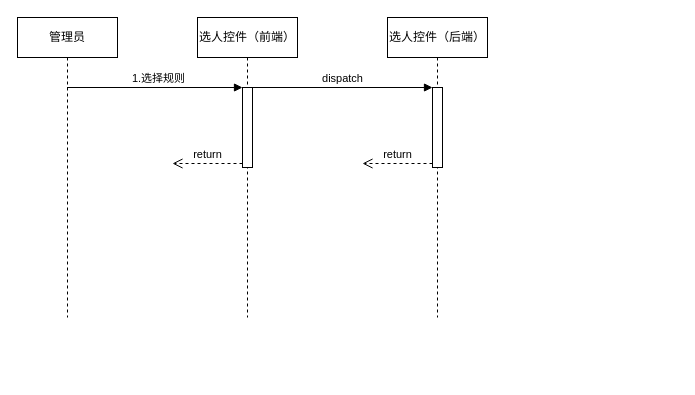
Above: 选人控件时序图.drawio in oceanbai/imageUrl (draw.io), before the change. Source tidied: cells renumbered, new cells numbered last; positions are measured from the earlier drawing's top-left corner, leaving out a move shared by most shapes. Both pictures are drawn from the tidied source at 100%, with x=0, y=0 at pixel (17, 17).
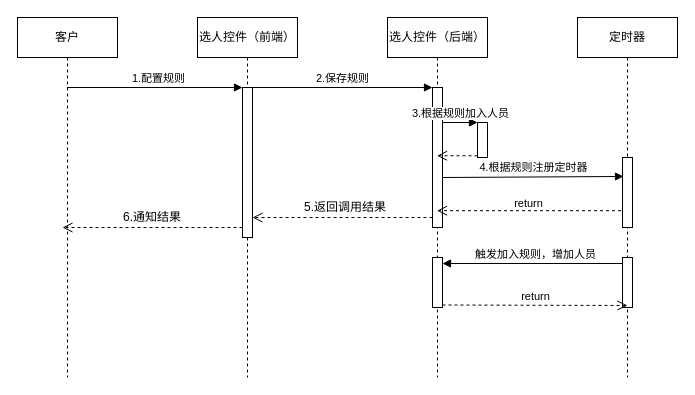
The same diagram, later.

Commit message (it also covers changes not shown here):
更新选人控件时序图.drawio

The edit, as a diff of the source:
```diff
@@
-    <mxCell id="2" value="管理员" style="shape=umlLifeline;perimeter=lifelinePerimeter;whiteSpace=wrap;html=1;outlineConnect=0;" parent="1" vertex="1">
-      <mxGeometry width="100" height="300" as="geometry" />
+    <mxCell id="2" value="客户" style="shape=umlLifeline;perimeter=lifelinePerimeter;whiteSpace=wrap;html=1;outlineConnect=0;" parent="1" vertex="1">
+      <mxGeometry width="100" height="360" as="geometry" />
     </mxCell>
+    <mxCell id="11" style="html=1;verticalAlign=bottom;endArrow=open;dashed=1;endSize=8;rounded=0;exitX=0;exitY=0.929;exitDx=0;exitDy=0;exitPerimeter=0;" parent="2" edge="1">
+      <mxGeometry relative="1" as="geometry">
+        <mxPoint x="225" y="210" as="sourcePoint" />
+        <mxPoint x="45" y="210" as="targetPoint" />
+      </mxGeometry>
+    </mxCell>
     <mxCell id="3" value="选人控件（前端）" style="shape=umlLifeline;perimeter=lifelinePerimeter;whiteSpace=wrap;html=1;" parent="1" vertex="1">
-      <mxGeometry x="180" width="100" height="300" as="geometry" />
+      <mxGeometry x="180" width="100" height="360" as="geometry" />
     </mxCell>
     <mxCell id="4" style="html=1;points=[];perimeter=orthogonalPerimeter;" parent="3" vertex="1">
-      <mxGeometry x="45" y="70" width="10" height="80" as="geometry" />
+      <mxGeometry x="45" y="70" width="10" height="150" as="geometry" />
     </mxCell>
-    <mxCell id="5" value="return" style="html=1;verticalAlign=bottom;endArrow=open;dashed=1;endSize=8;exitX=0;exitY=0.95;rounded=0;" parent="3" edge="1" source="4">
-      <mxGeometry relative="1" as="geometry">
-        <mxPoint x="-25" y="146" as="targetPoint" />
-      </mxGeometry>
-    </mxCell>
     <mxCell id="6" value="选人控件（后端）" style="shape=umlLifeline;perimeter=lifelinePerimeter;whiteSpace=wrap;html=1;outlineConnect=0;" parent="1" vertex="1">
-      <mxGeometry x="370" width="100" height="300" as="geometry" />
+      <mxGeometry x="370" width="100" height="360" as="geometry" />
     </mxCell>
     <mxCell id="7" style="html=1;points=[];perimeter=orthogonalPerimeter;" parent="6" vertex="1">
-      <mxGeometry x="45" y="70" width="10" height="80" as="geometry" />
+      <mxGeometry x="45" y="70" width="10" height="140" as="geometry" />
     </mxCell>
-    <mxCell id="8" value="return" style="html=1;verticalAlign=bottom;endArrow=open;dashed=1;endSize=8;exitX=0;exitY=0.95;rounded=0;" parent="6" edge="1" source="7">
-      <mxGeometry relative="1" as="geometry">
-        <mxPoint x="-25" y="146" as="targetPoint" />
-      </mxGeometry>
-    </mxCell>
+    <mxCell id="12" style="html=1;points=[];perimeter=orthogonalPerimeter;" parent="6" vertex="1">
+      <mxGeometry x="45" y="240" width="10" height="50" as="geometry" />
+    </mxCell>
-    <mxCell id="9" value="1.选择规则" style="html=1;verticalAlign=bottom;endArrow=block;entryX=0;entryY=0;rounded=0;" parent="1" edge="1" source="2" target="4">
+    <mxCell id="9" value="1.配置规则" style="html=1;verticalAlign=bottom;endArrow=block;entryX=0;entryY=0;rounded=0;" parent="1" edge="1" source="2" target="4">
       <mxGeometry x="0.03" relative="1" as="geometry">
         <mxPoint x="1" as="offset" />
       </mxGeometry>
     </mxCell>
-    <mxCell id="10" value="dispatch" style="html=1;verticalAlign=bottom;endArrow=block;entryX=0;entryY=0;rounded=0;" parent="1" edge="1" source="4" target="7">
+    <mxCell id="10" value="2.保存规则" style="html=1;verticalAlign=bottom;endArrow=block;entryX=0;entryY=0;rounded=0;" parent="1" edge="1" source="4" target="7">
       <mxGeometry relative="1" as="geometry" />
     </mxCell>
+    <mxCell id="13" style="html=1;points=[];perimeter=orthogonalPerimeter;" parent="1" vertex="1">
+      <mxGeometry x="460" y="105" width="10" height="35" as="geometry" />
+    </mxCell>
+    <mxCell id="14" value="3.根据规则加入人员" style="html=1;verticalAlign=bottom;endArrow=block;entryX=0;entryY=0;rounded=0;" parent="1" edge="1" target="13">
+      <mxGeometry relative="1" as="geometry">
+        <mxPoint x="425" y="105" as="sourcePoint" />
+      </mxGeometry>
+    </mxCell>
+    <mxCell id="15" style="html=1;verticalAlign=bottom;endArrow=open;dashed=1;endSize=8;exitX=0;exitY=0.95;rounded=0;" parent="1" edge="1" source="13" target="6">
+      <mxGeometry relative="1" as="geometry" />
+    </mxCell>
+    <mxCell id="16" value="4.根据规则注册定时器" style="html=1;verticalAlign=bottom;endArrow=block;entryX=0.1;entryY=0.271;rounded=0;entryDx=0;entryDy=0;entryPerimeter=0;" parent="1" edge="1" target="23">
+      <mxGeometry relative="1" as="geometry">
+        <mxPoint x="425" y="160" as="sourcePoint" />
+      </mxGeometry>
+    </mxCell>
+    <mxCell id="17" style="html=1;verticalAlign=bottom;endArrow=open;dashed=1;endSize=8;rounded=0;" parent="1" edge="1" source="22">
+      <mxGeometry relative="1" as="geometry">
+        <mxPoint x="419.5" y="193.2" as="targetPoint" />
+      </mxGeometry>
+    </mxCell>
+    <mxCell id="18" value="return" style="edgeLabel;html=1;align=center;verticalAlign=middle;" parent="17" vertex="1">
+      <mxGeometry x="-0.22" y="2" relative="1" as="geometry">
+        <mxPoint x="-25" y="-10" as="offset" />
+      </mxGeometry>
+    </mxCell>
+    <mxCell id="19" value="5.返回调用结果" style="text;html=1;strokeColor=none;fillColor=none;align=center;verticalAlign=middle;whiteSpace=wrap;rounded=0;" parent="1" vertex="1">
+      <mxGeometry x="283" y="175" width="90" height="30" as="geometry" />
+    </mxCell>
+    <mxCell id="20" style="html=1;verticalAlign=bottom;endArrow=open;dashed=1;endSize=8;rounded=0;exitX=0;exitY=0.929;exitDx=0;exitDy=0;exitPerimeter=0;" parent="1" edge="1" source="7" target="4">
+      <mxGeometry relative="1" as="geometry" />
+    </mxCell>
+    <mxCell id="21" value="触发加入规则，增加人员" style="html=1;verticalAlign=bottom;endArrow=block;entryX=1;entryY=0;rounded=0;" parent="1" edge="1">
+      <mxGeometry relative="1" as="geometry">
+        <mxPoint x="609.5" y="246" as="sourcePoint" />
+        <mxPoint x="425" y="246" as="targetPoint" />
+      </mxGeometry>
+    </mxCell>
+    <mxCell id="22" value="定时器" style="shape=umlLifeline;perimeter=lifelinePerimeter;whiteSpace=wrap;html=1;outlineConnect=0;" parent="1" vertex="1">
+      <mxGeometry x="560" width="100" height="360" as="geometry" />
+    </mxCell>
+    <mxCell id="23" style="html=1;points=[];perimeter=orthogonalPerimeter;" parent="22" vertex="1">
+      <mxGeometry x="45" y="140" width="10" height="70" as="geometry" />
+    </mxCell>
+    <mxCell id="24" style="html=1;perimeter=orthogonalPerimeter;" parent="22" vertex="1">
+      <mxGeometry x="45" y="240" width="10" height="50" as="geometry" />
+    </mxCell>
+    <mxCell id="25" value="return" style="html=1;verticalAlign=bottom;endArrow=open;dashed=1;endSize=8;exitX=1;exitY=0.95;rounded=0;" parent="1" edge="1" source="12">
+      <mxGeometry relative="1" as="geometry">
+        <mxPoint x="610" y="288" as="targetPoint" />
+      </mxGeometry>
+    </mxCell>
+    <mxCell id="26" value="6.通知结果" style="text;html=1;strokeColor=none;fillColor=none;align=center;verticalAlign=middle;whiteSpace=wrap;rounded=0;" parent="1" vertex="1">
+      <mxGeometry x="90" y="185" width="90" height="30" as="geometry" />
+    </mxCell>
```
